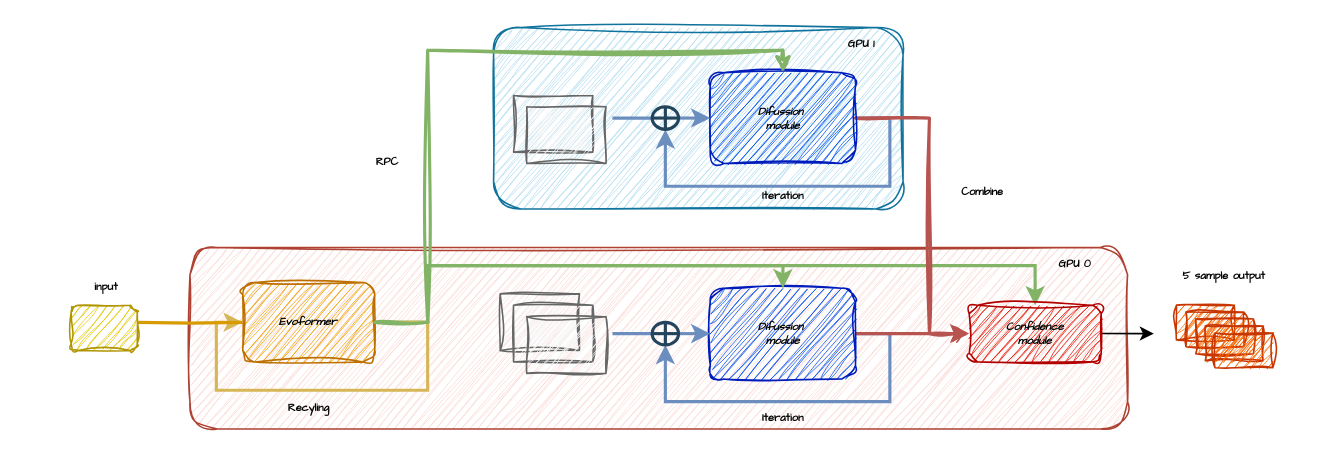
Above: assets/未命名绘图.drawio in ShizhongP/dl-notes (draw.io), before the change. Source tidied: cells renumbered, new cells numbered last; positions are measured from the earlier drawing's top-left corner, leaving out a move shared by most shapes. Both pictures are drawn from the tidied source at 157%, with x=0, y=0 at pixel (27, 27).
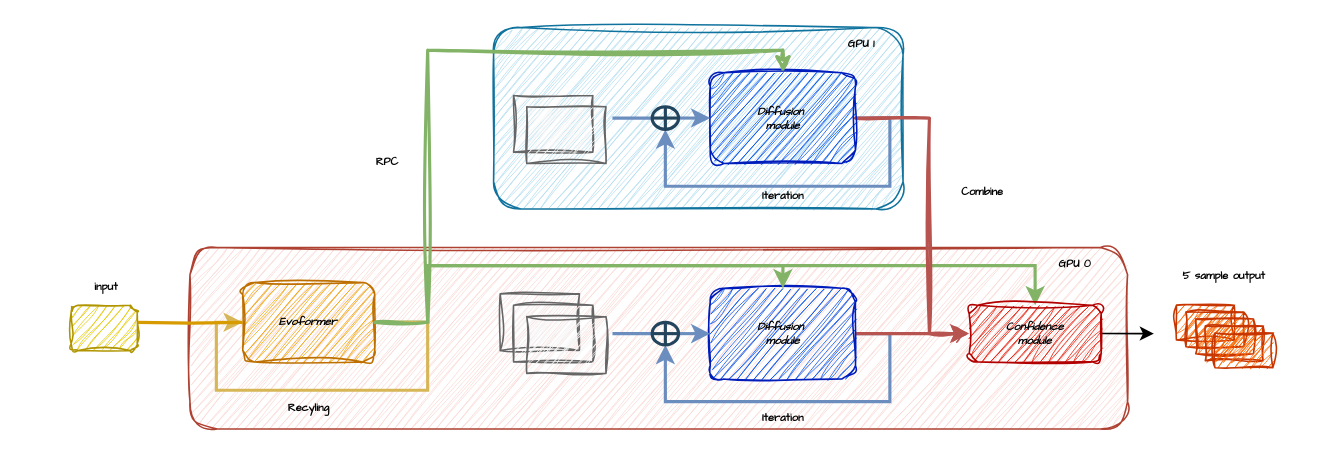
The same diagram, later.

Commit message:
更新未命名绘图.drawio

Unchanged cells that the change refers to:
```xml
<mxCell id="2" style="group;fontSize=7;" parent="1" vertex="1">
  <mxGeometry width="813" height="260" as="geometry" />
</mxCell>
```

Change to the diagram source:
```diff
@@
-    <mxCell id="7" value="&lt;i&gt;&lt;b&gt;&lt;font style=&quot;color: rgb(0, 0, 0);&quot;&gt;Difussion&amp;nbsp;&lt;/font&gt;&lt;/b&gt;&lt;/i&gt;&lt;div&gt;&lt;i&gt;&lt;b&gt;&lt;font style=&quot;color: rgb(0, 0, 0);&quot;&gt;module&lt;/font&gt;&lt;/b&gt;&lt;/i&gt;&lt;/div&gt;" style="rounded=1;whiteSpace=wrap;html=1;fillColor=#0050ef;strokeColor=#001DBC;sketch=1;curveFitting=1;jiggle=2;fontColor=#ffffff;fontFamily=Comic Sans MS;fontSize=7;" parent="2" vertex="1">
+    <mxCell id="7" value="&lt;i&gt;&lt;b&gt;&lt;font style=&quot;color: rgb(0, 0, 0);&quot;&gt;Diffusion&amp;nbsp;&lt;/font&gt;&lt;/b&gt;&lt;/i&gt;&lt;div&gt;&lt;i&gt;&lt;b&gt;&lt;font style=&quot;color: rgb(0, 0, 0);&quot;&gt;module&lt;/font&gt;&lt;/b&gt;&lt;/i&gt;&lt;/div&gt;" style="rounded=1;whiteSpace=wrap;html=1;fillColor=#0050ef;strokeColor=#001DBC;sketch=1;curveFitting=1;jiggle=2;fontColor=#ffffff;fontFamily=Comic Sans MS;fontSize=7;" parent="2" vertex="1">
       <mxGeometry x="434.9" y="166.1" width="92.5" height="57.8" as="geometry" />
     </mxCell>
@@
-    <mxCell id="23" value="&lt;i&gt;&lt;b&gt;&lt;font style=&quot;color: rgb(0, 0, 0);&quot;&gt;Difussion&amp;nbsp;&lt;/font&gt;&lt;/b&gt;&lt;/i&gt;&lt;div&gt;&lt;i&gt;&lt;b&gt;&lt;font style=&quot;color: rgb(0, 0, 0);&quot;&gt;module&lt;/font&gt;&lt;/b&gt;&lt;/i&gt;&lt;/div&gt;" style="rounded=1;whiteSpace=wrap;html=1;fillColor=#0050ef;strokeColor=#001DBC;sketch=1;curveFitting=1;jiggle=2;fontColor=#ffffff;fontFamily=Comic Sans MS;fontSize=7;" parent="2" vertex="1">
+    <mxCell id="23" value="&lt;i&gt;&lt;b&gt;&lt;font style=&quot;color: rgb(0, 0, 0);&quot;&gt;Diffusion&amp;nbsp;&lt;/font&gt;&lt;/b&gt;&lt;/i&gt;&lt;div&gt;&lt;i&gt;&lt;b&gt;&lt;font style=&quot;color: rgb(0, 0, 0);&quot;&gt;module&lt;/font&gt;&lt;/b&gt;&lt;/i&gt;&lt;/div&gt;" style="rounded=1;whiteSpace=wrap;html=1;fillColor=#0050ef;strokeColor=#001DBC;sketch=1;curveFitting=1;jiggle=2;fontColor=#ffffff;fontFamily=Comic Sans MS;fontSize=7;" parent="2" vertex="1">
       <mxGeometry x="434.9" y="28.8" width="92.5" height="57.8" as="geometry" />
     </mxCell>
```
